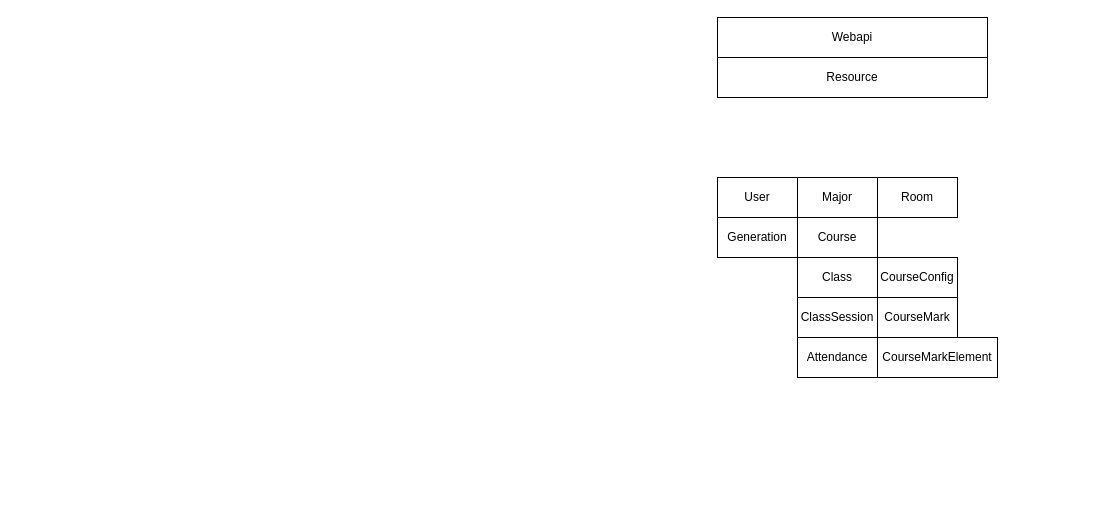
Earlier version of the draw.io diagram laravel/docs/lms.drawio (wind198/lms_vue_laravel). Source tidied: cells renumbered, new cells numbered last; positions are measured from the earlier drawing's top-left corner, leaving out a move shared by most shapes. Both pictures are drawn from the tidied source at 100%, with x=0, y=0 at pixel (717, 17).
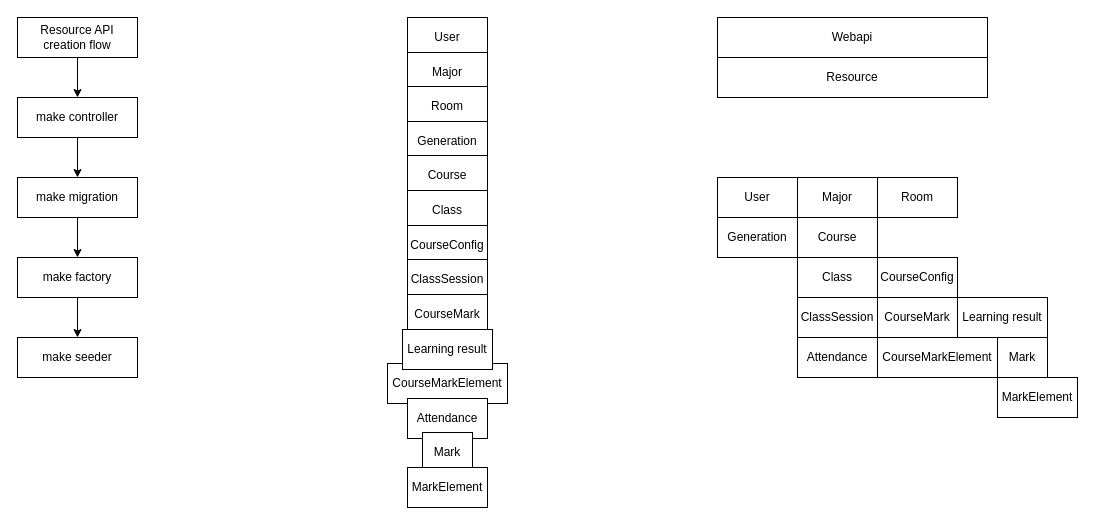
Above is the later version.

The change refers to these unchanged cells:
```xml
<mxCell id="14" value="Attendance" style="rounded=0;whiteSpace=wrap;html=1;" parent="1" vertex="1">
  <mxGeometry x="80" y="320" width="80" height="40" as="geometry" />
</mxCell>
```

Diff of the diagram source:
```diff
@@
+    <mxCell id="15" style="edgeStyle=orthogonalEdgeStyle;rounded=0;orthogonalLoop=1;jettySize=auto;html=1;exitX=0.5;exitY=1;exitDx=0;exitDy=0;" parent="1" edge="1" source="14" target="14">
+      <mxGeometry relative="1" as="geometry" />
+    </mxCell>
+    <mxCell id="16" value="Learning result" style="rounded=0;whiteSpace=wrap;html=1;" parent="1" vertex="1">
+      <mxGeometry x="240" y="280" width="90" height="40" as="geometry" />
+    </mxCell>
+    <mxCell id="17" value="Mark" style="rounded=0;whiteSpace=wrap;html=1;" parent="1" vertex="1">
+      <mxGeometry x="280" y="320" width="50" height="40" as="geometry" />
+    </mxCell>
+    <mxCell id="18" value="MarkElement" style="rounded=0;whiteSpace=wrap;html=1;" parent="1" vertex="1">
+      <mxGeometry x="280" y="360" width="80" height="40" as="geometry" />
+    </mxCell>
+    <mxCell id="19" value="User" style="rounded=0;whiteSpace=wrap;html=1;" parent="1" vertex="1">
+      <mxGeometry x="-310" width="80" height="40" as="geometry" />
+    </mxCell>
+    <mxCell id="20" value="Major" style="rounded=0;whiteSpace=wrap;html=1;" parent="1" vertex="1">
+      <mxGeometry x="-310" y="35" width="80" height="40" as="geometry" />
+    </mxCell>
+    <mxCell id="21" value="Room" style="rounded=0;whiteSpace=wrap;html=1;" parent="1" vertex="1">
+      <mxGeometry x="-310" y="69" width="80" height="40" as="geometry" />
+    </mxCell>
+    <mxCell id="22" value="Generation" style="rounded=0;whiteSpace=wrap;html=1;" parent="1" vertex="1">
+      <mxGeometry x="-310" y="104" width="80" height="40" as="geometry" />
+    </mxCell>
+    <mxCell id="23" value="Course" style="rounded=0;whiteSpace=wrap;html=1;" parent="1" vertex="1">
+      <mxGeometry x="-310" y="138" width="80" height="40" as="geometry" />
+    </mxCell>
+    <mxCell id="24" value="Class" style="rounded=0;whiteSpace=wrap;html=1;" parent="1" vertex="1">
+      <mxGeometry x="-310" y="173" width="80" height="40" as="geometry" />
+    </mxCell>
+    <mxCell id="25" value="CourseConfig" style="rounded=0;whiteSpace=wrap;html=1;" parent="1" vertex="1">
+      <mxGeometry x="-310" y="208" width="80" height="40" as="geometry" />
+    </mxCell>
+    <mxCell id="26" value="ClassSession" style="rounded=0;whiteSpace=wrap;html=1;" parent="1" vertex="1">
+      <mxGeometry x="-310" y="242" width="80" height="40" as="geometry" />
+    </mxCell>
+    <mxCell id="27" value="CourseMark" style="rounded=0;whiteSpace=wrap;html=1;" parent="1" vertex="1">
+      <mxGeometry x="-310" y="277" width="80" height="40" as="geometry" />
+    </mxCell>
+    <mxCell id="28" value="CourseMarkElement" style="rounded=0;whiteSpace=wrap;html=1;" parent="1" vertex="1">
+      <mxGeometry x="-330" y="346" width="120" height="40" as="geometry" />
+    </mxCell>
+    <mxCell id="29" value="Attendance" style="rounded=0;whiteSpace=wrap;html=1;" parent="1" vertex="1">
+      <mxGeometry x="-310" y="381" width="80" height="40" as="geometry" />
+    </mxCell>
+    <mxCell id="30" style="edgeStyle=orthogonalEdgeStyle;rounded=0;orthogonalLoop=1;jettySize=auto;html=1;exitX=0.5;exitY=1;exitDx=0;exitDy=0;" parent="1" edge="1" source="29" target="29">
+      <mxGeometry relative="1" as="geometry" />
+    </mxCell>
+    <mxCell id="31" value="Learning result" style="rounded=0;whiteSpace=wrap;html=1;" parent="1" vertex="1">
+      <mxGeometry x="-315" y="312" width="90" height="40" as="geometry" />
+    </mxCell>
+    <mxCell id="32" value="Mark" style="rounded=0;whiteSpace=wrap;html=1;" parent="1" vertex="1">
+      <mxGeometry x="-295" y="415" width="50" height="40" as="geometry" />
+    </mxCell>
+    <mxCell id="33" value="MarkElement" style="rounded=0;whiteSpace=wrap;html=1;" parent="1" vertex="1">
+      <mxGeometry x="-310" y="450" width="80" height="40" as="geometry" />
+    </mxCell>
+    <mxCell id="34" style="edgeStyle=orthogonalEdgeStyle;rounded=0;jettySize=auto;html=1;entryX=0.5;entryY=0;entryDx=0;entryDy=0;" parent="1" edge="1" source="35" target="37">
+      <mxGeometry relative="1" as="geometry" />
+    </mxCell>
+    <mxCell id="35" value="Resource API creation flow" style="rounded=0;whiteSpace=wrap;html=1;" parent="1" vertex="1">
+      <mxGeometry x="-700" width="120" height="40" as="geometry" />
+    </mxCell>
+    <mxCell id="36" style="edgeStyle=orthogonalEdgeStyle;rounded=0;jettySize=auto;html=1;entryX=0.5;entryY=0;entryDx=0;entryDy=0;" parent="1" edge="1" source="37" target="39">
+      <mxGeometry relative="1" as="geometry" />
+    </mxCell>
+    <mxCell id="37" value="make controller" style="rounded=0;whiteSpace=wrap;html=1;" parent="1" vertex="1">
+      <mxGeometry x="-700" y="80" width="120" height="40" as="geometry" />
+    </mxCell>
+    <mxCell id="38" style="edgeStyle=orthogonalEdgeStyle;rounded=0;jettySize=auto;html=1;entryX=0.5;entryY=0;entryDx=0;entryDy=0;" parent="1" edge="1" source="39" target="41">
+      <mxGeometry relative="1" as="geometry" />
+    </mxCell>
+    <mxCell id="39" value="make migration" style="rounded=0;whiteSpace=wrap;html=1;" parent="1" vertex="1">
+      <mxGeometry x="-700" y="160" width="120" height="40" as="geometry" />
+    </mxCell>
+    <mxCell id="40" style="edgeStyle=orthogonalEdgeStyle;rounded=0;jettySize=auto;html=1;entryX=0.5;entryY=0;entryDx=0;entryDy=0;" parent="1" edge="1" source="41" target="42">
+      <mxGeometry relative="1" as="geometry" />
+    </mxCell>
+    <mxCell id="41" value="make factory" style="rounded=0;whiteSpace=wrap;html=1;" parent="1" vertex="1">
+      <mxGeometry x="-700" y="240" width="120" height="40" as="geometry" />
+    </mxCell>
+    <mxCell id="42" value="make seeder" style="rounded=0;whiteSpace=wrap;html=1;" parent="1" vertex="1">
+      <mxGeometry x="-700" y="320" width="120" height="40" as="geometry" />
+    </mxCell>
```
